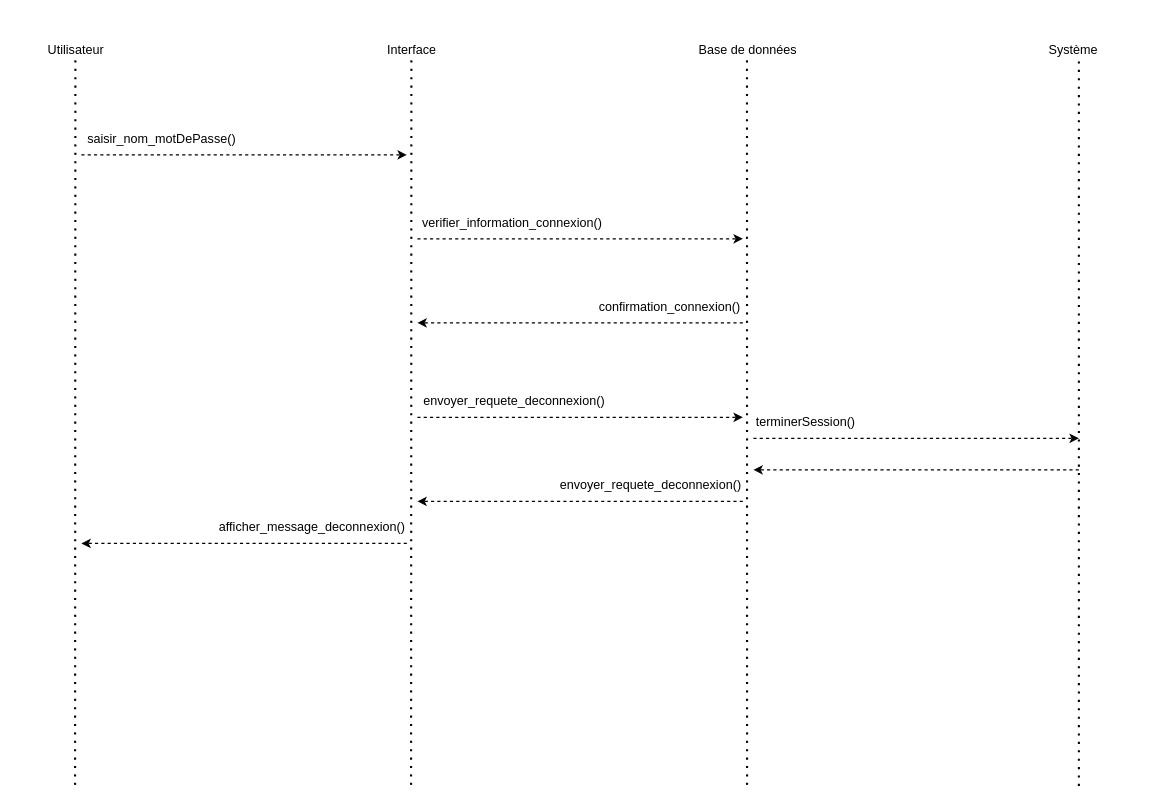
This is Diagramme_Sequence.drawio from Lacolombenoire/Projet-modelisation-objet, a draw.io file, before an edit. Source tidied: cells renumbered, new cells numbered last; positions are measured from the earlier drawing's top-left corner, leaving out a move shared by most shapes. Both pictures are drawn from the tidied source at 105%, with x=0, y=0 at pixel (39, 39).
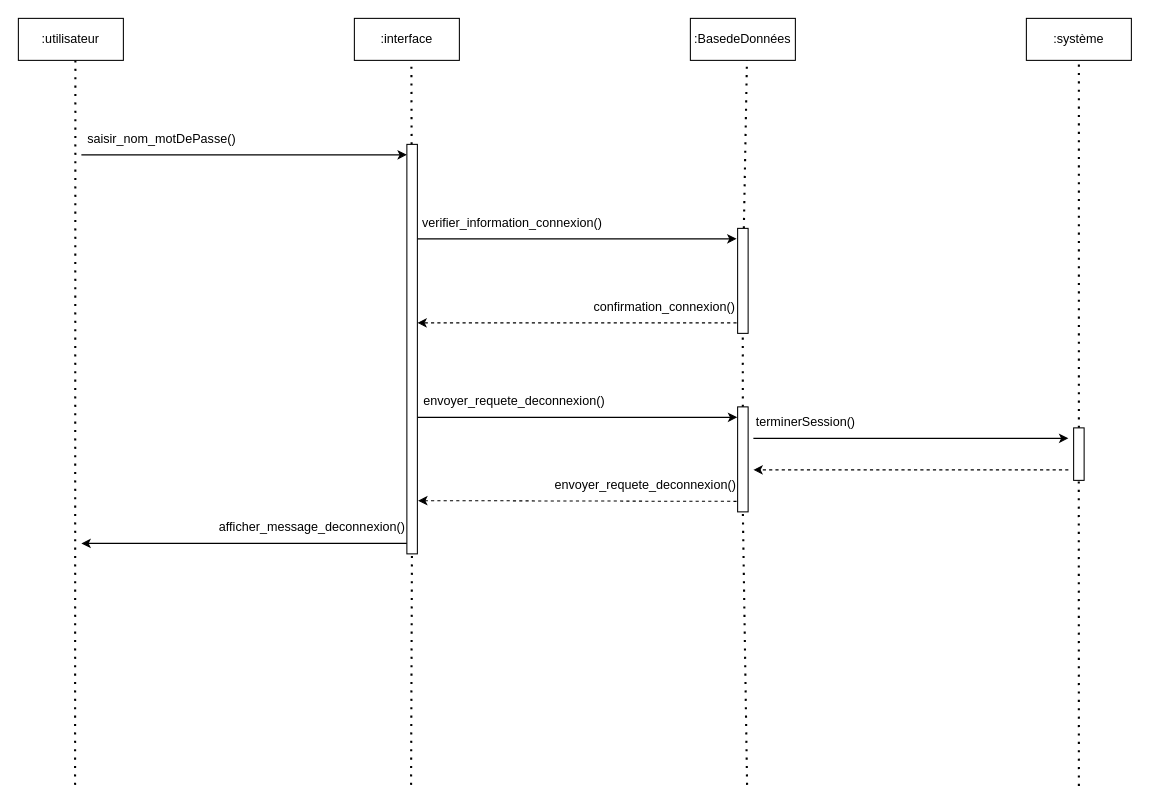
The same diagram, later.

Change to the diagram source:
```diff
@@
-    <mxCell id="2" value="Utilisateur" style="text;strokeColor=none;fillColor=none;align=center;verticalAlign=middle;spacingLeft=4;spacingRight=4;overflow=hidden;points=[[0,0.5],[1,0.5]];portConstraint=eastwest;whiteSpace=wrap;html=1;" parent="1" vertex="1">
-      <mxGeometry width="70" height="20" as="geometry" />
-    </mxCell>
-    <mxCell id="3" style="endArrow=none;dashed=1;html=1;dashPattern=1 3;strokeWidth=2;rounded=0;entryX=0.49;entryY=0.95;entryDx=0;entryDy=0;entryPerimeter=0;" parent="1" edge="1" target="2">
+    <mxCell id="3" style="endArrow=none;dashed=1;html=1;dashPattern=1 3;strokeWidth=2;rounded=0;entryX=0.49;entryY=0.95;entryDx=0;entryDy=0;entryPerimeter=0;" parent="1" edge="1">
       <mxGeometry relative="1" as="geometry">
         <mxPoint x="34" y="710" as="sourcePoint" />
+        <mxPoint x="34.3" y="19" as="targetPoint" />
       </mxGeometry>
     </mxCell>
-    <mxCell id="4" value="Interface" style="text;strokeColor=none;fillColor=none;align=center;verticalAlign=middle;spacingLeft=4;spacingRight=4;overflow=hidden;points=[[0,0.5],[1,0.5]];portConstraint=eastwest;whiteSpace=wrap;html=1;" parent="1" vertex="1">
-      <mxGeometry x="320" width="70" height="20" as="geometry" />
-    </mxCell>
-    <mxCell id="5" style="endArrow=none;dashed=1;html=1;dashPattern=1 3;strokeWidth=2;rounded=0;entryX=0.49;entryY=0.95;entryDx=0;entryDy=0;entryPerimeter=0;" parent="1" edge="1" target="4">
+    <mxCell id="5" style="endArrow=none;dashed=1;html=1;dashPattern=1 3;strokeWidth=2;rounded=0;entryX=0.49;entryY=0.95;entryDx=0;entryDy=0;entryPerimeter=0;" parent="1" edge="1" source="36">
       <mxGeometry relative="1" as="geometry">
-        <mxPoint x="354" y="710" as="sourcePoint" />
+        <mxPoint x="354.3" y="19" as="targetPoint" />
       </mxGeometry>
     </mxCell>
-    <mxCell id="6" value="Base de données" style="text;strokeColor=none;fillColor=none;align=center;verticalAlign=middle;spacingLeft=4;spacingRight=4;overflow=hidden;points=[[0,0.5],[1,0.5]];portConstraint=eastwest;whiteSpace=wrap;html=1;" parent="1" vertex="1">
-      <mxGeometry x="620" width="110" height="20" as="geometry" />
-    </mxCell>
-    <mxCell id="7" style="endArrow=none;dashed=1;html=1;dashPattern=1 3;strokeWidth=2;rounded=0;entryX=0.49;entryY=0.95;entryDx=0;entryDy=0;entryPerimeter=0;" parent="1" edge="1" target="6">
+    <mxCell id="7" style="endArrow=none;dashed=1;html=1;dashPattern=1 3;strokeWidth=2;rounded=0;entryX=0.49;entryY=0.95;entryDx=0;entryDy=0;entryPerimeter=0;" parent="1" edge="1" source="30">
       <mxGeometry relative="1" as="geometry">
-        <mxPoint x="674" y="710" as="sourcePoint" />
+        <mxPoint x="673.9" y="19" as="targetPoint" />
       </mxGeometry>
     </mxCell>
-    <mxCell id="8" style="endArrow=classic;html=1;rounded=0;dashed=1;" parent="1" edge="1">
+    <mxCell id="8" style="endArrow=classic;html=1;rounded=0;" parent="1" edge="1">
       <mxGeometry relative="1" as="geometry">
         <mxPoint x="40" y="110" as="sourcePoint" />
         <mxPoint x="350" y="110" as="targetPoint" />
       </mxGeometry>
     </mxCell>
@@
-    <mxCell id="10" style="endArrow=classic;html=1;rounded=0;dashed=1;" parent="1" edge="1">
+    <mxCell id="10" style="endArrow=classic;html=1;rounded=0;" parent="1" edge="1">
       <mxGeometry relative="1" as="geometry">
         <mxPoint x="360" y="190" as="sourcePoint" />
-        <mxPoint x="670" y="190" as="targetPoint" />
+        <mxPoint x="664" y="190" as="targetPoint" />
       </mxGeometry>
     </mxCell>
@@
-    <mxCell id="12" style="endArrow=classic;html=1;rounded=0;dashed=1;" parent="1" edge="1">
+    <mxCell id="12" style="endArrow=classic;html=1;rounded=0;dashed=1;exitX=0.5;exitY=0.9;exitDx=0;exitDy=0;exitPerimeter=0;" parent="1" edge="1" source="30">
       <mxGeometry relative="1" as="geometry">
-        <mxPoint x="670" y="270" as="sourcePoint" />
         <mxPoint x="360" y="270" as="targetPoint" />
       </mxGeometry>
     </mxCell>
     <mxCell id="13" value="confirmation_connexion()" style="text;html=1;align=center;verticalAlign=middle;strokeColor=none;fillColor=none;" parent="1" vertex="1">
-      <mxGeometry x="520" y="240" width="160" height="30" as="geometry" />
+      <mxGeometry x="515" y="240" width="160" height="30" as="geometry" />
     </mxCell>
@@
-    <mxCell id="15" style="endArrow=classic;html=1;rounded=0;dashed=1;" parent="1" edge="1">
+    <mxCell id="15" style="endArrow=classic;html=1;rounded=0;entryX=-0.033;entryY=0.1;entryDx=0;entryDy=0;entryPerimeter=0;" parent="1" edge="1" target="32">
       <mxGeometry relative="1" as="geometry">
         <mxPoint x="360" y="360" as="sourcePoint" />
-        <mxPoint x="670" y="360" as="targetPoint" />
       </mxGeometry>
     </mxCell>
-    <mxCell id="16" style="endArrow=classic;html=1;rounded=0;dashed=1;" parent="1" edge="1">
+    <mxCell id="16" style="endArrow=classic;html=1;rounded=0;dashed=1;entryX=1.067;entryY=0.87;entryDx=0;entryDy=0;entryPerimeter=0;" parent="1" edge="1" target="36">
       <mxGeometry relative="1" as="geometry">
         <mxPoint x="670" y="440" as="sourcePoint" />
-        <mxPoint x="360" y="440" as="targetPoint" />
       </mxGeometry>
     </mxCell>
     <mxCell id="17" value="envoyer_requete_deconnexion()" style="text;strokeColor=none;fillColor=none;align=left;verticalAlign=middle;spacingLeft=4;spacingRight=4;overflow=hidden;whiteSpace=wrap;html=1;" parent="1" vertex="1">
-      <mxGeometry x="490" y="410" width="190" height="30" as="geometry" />
+      <mxGeometry x="485" y="410" width="190" height="30" as="geometry" />
     </mxCell>
-    <mxCell id="18" style="endArrow=classic;html=1;rounded=0;dashed=1;" parent="1" edge="1">
+    <mxCell id="18" style="endArrow=classic;html=1;rounded=0;" parent="1" edge="1">
       <mxGeometry relative="1" as="geometry">
         <mxPoint x="680" y="380" as="sourcePoint" />
-        <mxPoint x="990" y="380" as="targetPoint" />
+        <mxPoint x="980" y="380" as="targetPoint" />
       </mxGeometry>
     </mxCell>
     <mxCell id="19" style="endArrow=classic;html=1;rounded=0;dashed=1;" parent="1" edge="1">
       <mxGeometry relative="1" as="geometry">
-        <mxPoint x="990" y="410" as="sourcePoint" />
+        <mxPoint x="980" y="410" as="sourcePoint" />
         <mxPoint x="680" y="410" as="targetPoint" />
       </mxGeometry>
     </mxCell>
@@
-    <mxCell id="21" style="endArrow=classic;html=1;rounded=0;dashed=1;" parent="1" edge="1">
+    <mxCell id="21" style="endArrow=classic;html=1;rounded=0;" parent="1" edge="1">
       <mxGeometry relative="1" as="geometry">
         <mxPoint x="350" y="480" as="sourcePoint" />
         <mxPoint x="40" y="480" as="targetPoint" />
       </mxGeometry>
     </mxCell>
@@
-    <mxCell id="23" style="endArrow=none;dashed=1;html=1;dashPattern=1 3;strokeWidth=2;rounded=0;entryX=0.49;entryY=0.95;entryDx=0;entryDy=0;entryPerimeter=0;" parent="1" edge="1">
+    <mxCell id="23" style="endArrow=none;dashed=1;html=1;dashPattern=1 3;strokeWidth=2;rounded=0;entryX=0.49;entryY=0.95;entryDx=0;entryDy=0;entryPerimeter=0;" parent="1" edge="1" source="34">
       <mxGeometry relative="1" as="geometry">
-        <mxPoint x="990" y="711" as="sourcePoint" />
         <mxPoint x="990" y="20" as="targetPoint" />
       </mxGeometry>
     </mxCell>
-    <mxCell id="24" value="Système" style="text;strokeColor=none;fillColor=none;align=center;verticalAlign=middle;spacingLeft=4;spacingRight=4;overflow=hidden;whiteSpace=wrap;html=1;" parent="1" vertex="1">
-      <mxGeometry x="930" width="110" height="20" as="geometry" />
-    </mxCell>
+    <mxCell id="25" value=":interface" style="rounded=0;whiteSpace=wrap;html=1;" parent="1" vertex="1">
+      <mxGeometry x="300" y="-20" width="100" height="40" as="geometry" />
+    </mxCell>
+    <mxCell id="26" value=":BasedeDonnées" style="rounded=0;whiteSpace=wrap;html=1;" parent="1" vertex="1">
+      <mxGeometry x="620" y="-20" width="100" height="40" as="geometry" />
+    </mxCell>
+    <mxCell id="27" value=":utilisateur" style="rounded=0;whiteSpace=wrap;html=1;" parent="1" vertex="1">
+      <mxGeometry x="-20" y="-20" width="100" height="40" as="geometry" />
+    </mxCell>
+    <mxCell id="28" value=":système" style="rounded=0;whiteSpace=wrap;html=1;" parent="1" vertex="1">
+      <mxGeometry x="940" y="-20" width="100" height="40" as="geometry" />
+    </mxCell>
+    <mxCell id="29" style="endArrow=none;dashed=1;html=1;dashPattern=1 3;strokeWidth=2;rounded=0;entryX=0.49;entryY=0.95;entryDx=0;entryDy=0;entryPerimeter=0;" parent="1" edge="1" source="32" target="30">
+      <mxGeometry relative="1" as="geometry" />
+    </mxCell>
+    <mxCell id="30" style="rounded=0;whiteSpace=wrap;html=1;" parent="1" vertex="1">
+      <mxGeometry x="665" y="180" width="10" height="100" as="geometry" />
+    </mxCell>
+    <mxCell id="31" style="endArrow=none;dashed=1;html=1;dashPattern=1 3;strokeWidth=2;rounded=0;entryX=0.49;entryY=0.95;entryDx=0;entryDy=0;entryPerimeter=0;" parent="1" edge="1" target="32">
+      <mxGeometry relative="1" as="geometry">
+        <mxPoint x="674" y="710" as="sourcePoint" />
+      </mxGeometry>
+    </mxCell>
+    <mxCell id="32" style="rounded=0;whiteSpace=wrap;html=1;" parent="1" vertex="1">
+      <mxGeometry x="665" y="350" width="10" height="100" as="geometry" />
+    </mxCell>
+    <mxCell id="33" style="endArrow=none;dashed=1;html=1;dashPattern=1 3;strokeWidth=2;rounded=0;entryX=0.49;entryY=0.95;entryDx=0;entryDy=0;entryPerimeter=0;" parent="1" edge="1" target="34">
+      <mxGeometry relative="1" as="geometry">
+        <mxPoint x="990" y="711" as="sourcePoint" />
+      </mxGeometry>
+    </mxCell>
+    <mxCell id="34" style="rounded=0;whiteSpace=wrap;html=1;" parent="1" vertex="1">
+      <mxGeometry x="985" y="370" width="10" height="50" as="geometry" />
+    </mxCell>
+    <mxCell id="35" style="endArrow=none;dashed=1;html=1;dashPattern=1 3;strokeWidth=2;rounded=0;entryX=0.49;entryY=0.95;entryDx=0;entryDy=0;entryPerimeter=0;" parent="1" edge="1" target="36">
+      <mxGeometry relative="1" as="geometry">
+        <mxPoint x="354" y="710" as="sourcePoint" />
+      </mxGeometry>
+    </mxCell>
+    <mxCell id="36" style="rounded=0;whiteSpace=wrap;html=1;" parent="1" vertex="1">
+      <mxGeometry x="350" y="100" width="10" height="390" as="geometry" />
+    </mxCell>
```
